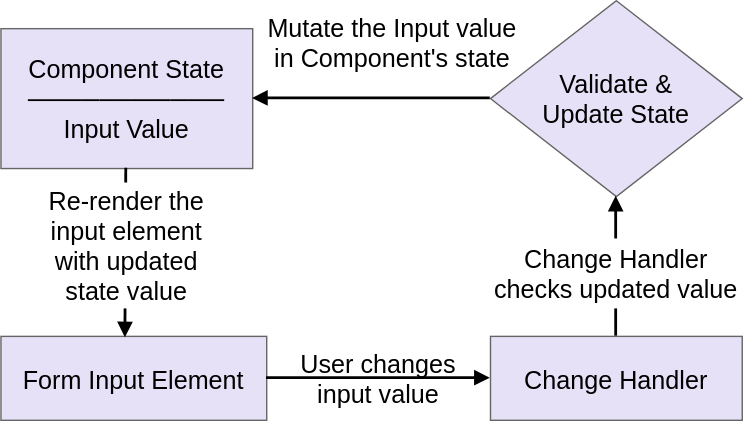
Above: WE2/assets/WE2_Diagramme-controlled-component.drawio.svg in grnin/Zusammenfassungen (draw.io), before the change. Source tidied: cells renumbered, new cells last; positions are measured from the earlier drawing's top-left corner, leaving out a move shared by most shapes.
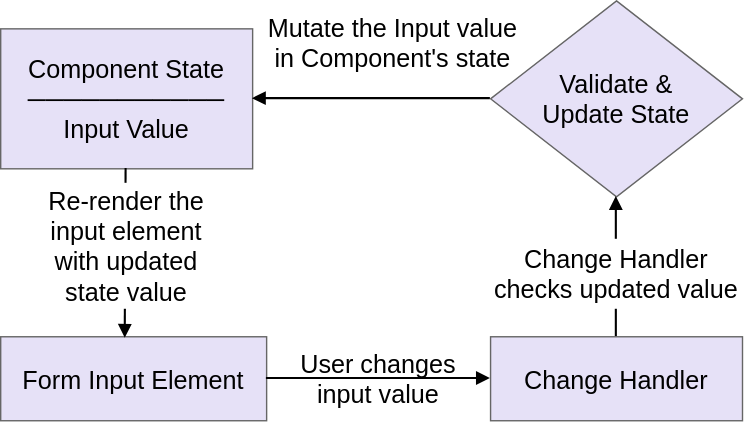
The same file after the commit.

Change to the diagram source:
```diff
@@ -14,16 +14,16 @@
     <mxCell id="5" value="Validate &amp;amp;&#10;Update State" style="rhombus;whiteSpace=wrap;html=1;fillColor=#e6e1f7;strokeColor=#666666;fontSize=18;convertToSvg=1;labelBackgroundColor=default;" parent="1" vertex="1">
       <mxGeometry x="350" width="180" height="140" as="geometry" />
     </mxCell>
-    <mxCell id="6" value="User changes&#10;input value" style="endArrow=block;html=1;fontSize=18;convertToSvg=1;strokeWidth=2;labelBackgroundColor=default;" parent="1" edge="1" source="3" target="4">
+    <mxCell id="6" value="User changes&#10;input value" style="endArrow=block;html=1;fontSize=18;convertToSvg=1;strokeWidth=1.5;labelBackgroundColor=default;" parent="1" edge="1" source="3" target="4">
       <mxGeometry relative="1" as="geometry" />
     </mxCell>
-    <mxCell id="7" style="endArrow=block;html=1;fontSize=18;convertToSvg=1;strokeWidth=2;labelBackgroundColor=default;" parent="1" edge="1" source="4" target="5">
+    <mxCell id="7" style="endArrow=block;html=1;fontSize=18;convertToSvg=1;strokeWidth=1.5;labelBackgroundColor=default;" parent="1" edge="1" source="4" target="5">
       <mxGeometry relative="1" as="geometry" />
     </mxCell>
-    <mxCell id="8" value="Mutate the Input value&#10;in Component's state" style="endArrow=block;html=1;fontSize=18;convertToSvg=1;strokeWidth=2;labelBackgroundColor=default;" parent="1" edge="1" source="5" target="2">
+    <mxCell id="8" value="Mutate the Input value&#10;in Component's state" style="endArrow=block;html=1;fontSize=18;convertToSvg=1;strokeWidth=1.5;labelBackgroundColor=default;" parent="1" edge="1" source="5" target="2">
       <mxGeometry x="-0.18" y="-40" relative="1" as="geometry" />
     </mxCell>
-    <mxCell id="9" style="endArrow=block;html=1;fontSize=18;convertToSvg=1;entryX=0.469;entryY=0.02;entryDx=0;entryDy=0;entryPerimeter=0;strokeWidth=2;labelBackgroundColor=default;" parent="1" edge="1" source="2" target="3">
+    <mxCell id="9" style="endArrow=block;html=1;fontSize=18;convertToSvg=1;entryX=0.469;entryY=0.02;entryDx=0;entryDy=0;entryPerimeter=0;strokeWidth=1.5;labelBackgroundColor=default;" parent="1" edge="1" source="2" target="3">
       <mxGeometry relative="1" as="geometry" />
     </mxCell>
     <mxCell id="10" value="Change Handler&lt;br&gt;checks updated value" style="text;whiteSpace=wrap;html=1;align=center;fontFamily=Helvetica;fontSize=18;fontColor=default;fontStyle=0;verticalAlign=middle;labelBackgroundColor=default;convertToSvg=1;fillColor=default;" parent="1" vertex="1">
```
